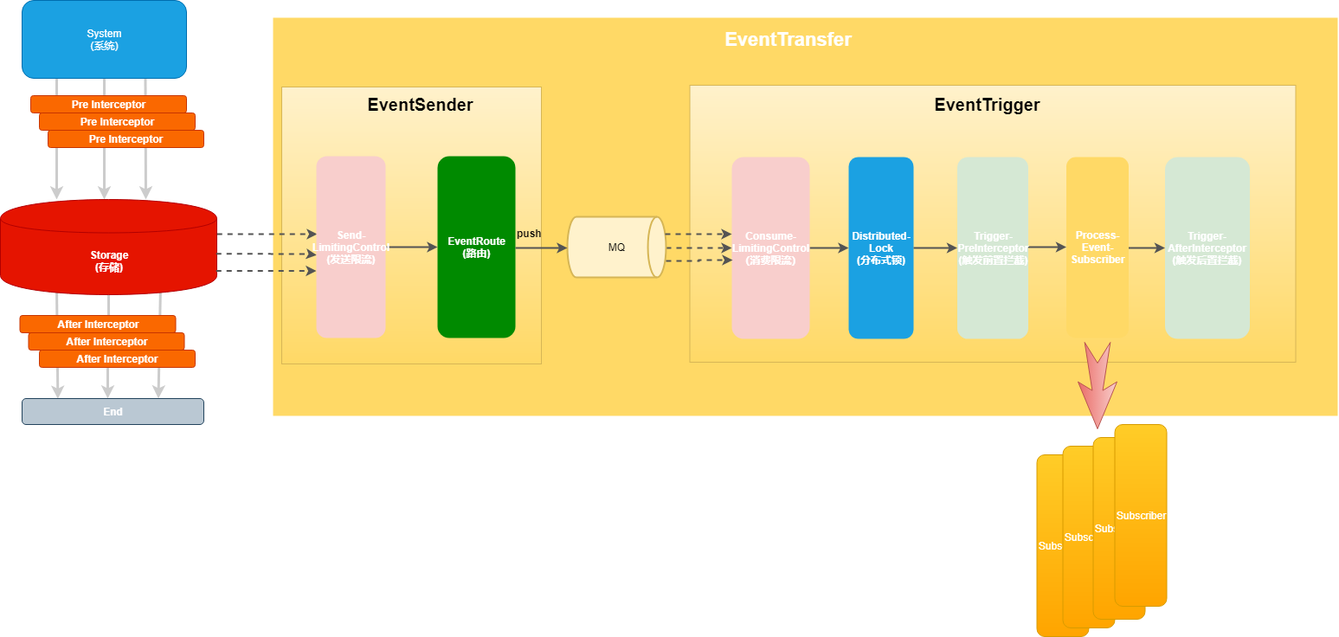
This is doc/image/EasyEvent.png from openquartz/easy-event, a draw.io export, as it was before one commit. Source tidied: cells renumbered, new cells last; positions are measured from the earlier drawing's top-left corner, leaving out a move shared by most shapes.
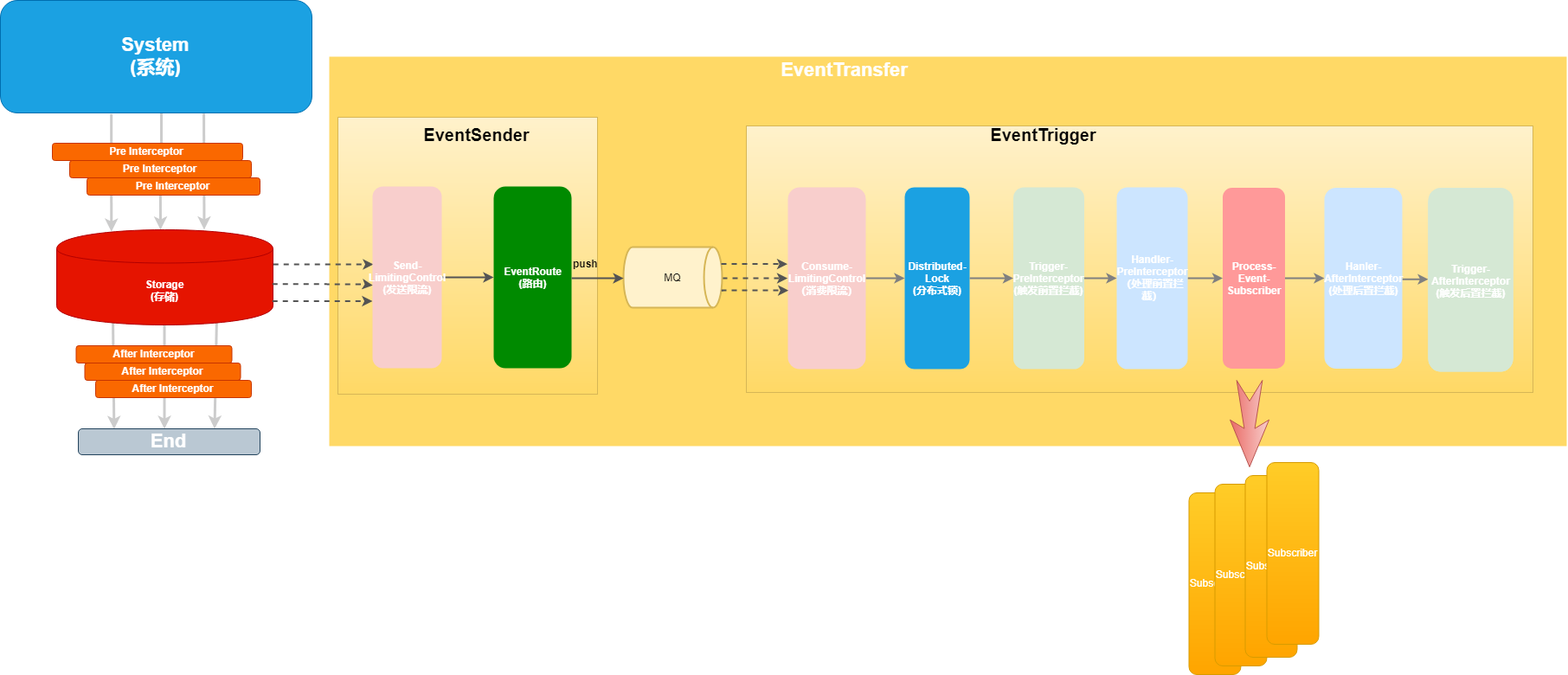
Later version of the same file.

The edit, as a diff of the source:
```diff
@@ -3,10 +3,10 @@
     <mxCell id="0" />
     <mxCell id="1" parent="0" />
     <mxCell id="2" style="rounded=0;whiteSpace=wrap;html=1;strokeWidth=2;fillColor=#FFD966;strokeColor=none;" parent="1" vertex="1">
-      <mxGeometry x="315" y="20" width="1230" height="460" as="geometry" />
+      <mxGeometry x="315" y="30" width="1430" height="450" as="geometry" />
     </mxCell>
     <mxCell id="3" style="rounded=0;whiteSpace=wrap;html=1;gradientColor=#ffd966;fillColor=#fff2cc;strokeColor=#d6b656;" parent="1" vertex="1">
-      <mxGeometry x="796.5" y="98" width="700" height="320" as="geometry" />
+      <mxGeometry x="797" y="110" width="909" height="308" as="geometry" />
     </mxCell>
     <mxCell id="4" style="rounded=0;whiteSpace=wrap;html=1;gradientColor=#ffd966;fillColor=#fff2cc;strokeColor=#d6b656;" parent="1" vertex="1">
       <mxGeometry x="325" y="100" width="300" height="320" as="geometry" />
@@ -21,33 +21,28 @@
         <mxPoint x="185" y="330" as="sourcePoint" />
       </mxGeometry>
     </mxCell>
-    <mxCell id="7" style="endArrow=classic;html=1;exitX=0.75;exitY=1;exitDx=0;exitDy=0;strokeWidth=3;strokeColor=#CCCCCC;" parent="1" edge="1" source="10">
-      <mxGeometry relative="1" as="geometry">
-        <mxPoint x="168" y="230" as="targetPoint" />
-      </mxGeometry>
+    <mxCell id="7" style="endArrow=classic;html=1;exitX=0.653;exitY=1.006;exitDx=0;exitDy=0;strokeWidth=3;strokeColor=#CCCCCC;exitPerimeter=0;entryX=0.682;entryY=-0.001;entryDx=0;entryDy=0;entryPerimeter=0;" parent="1" edge="1" source="10" target="15">
+      <mxGeometry relative="1" as="geometry" />
     </mxCell>
-    <mxCell id="8" style="endArrow=classic;html=1;strokeWidth=3;strokeColor=#CCCCCC;" parent="1" edge="1">
-      <mxGeometry relative="1" as="geometry">
-        <mxPoint x="65" y="90" as="sourcePoint" />
-        <mxPoint x="65" y="230" as="targetPoint" />
-      </mxGeometry>
+    <mxCell id="8" style="endArrow=classic;html=1;strokeWidth=3;strokeColor=#CCCCCC;exitX=0.356;exitY=1.009;exitDx=0;exitDy=0;exitPerimeter=0;entryX=0.253;entryY=0.021;entryDx=0;entryDy=0;entryPerimeter=0;" parent="1" edge="1" source="10" target="15">
+      <mxGeometry relative="1" as="geometry" />
     </mxCell>
-    <mxCell id="9" style="edgeStyle=orthogonalEdgeStyle;rounded=0;jettySize=auto;html=1;strokeWidth=3;strokeColor=#CCCCCC;" parent="1" edge="1" source="10">
+    <mxCell id="9" style="edgeStyle=orthogonalEdgeStyle;rounded=0;jettySize=auto;html=1;strokeWidth=3;strokeColor=#CCCCCC;exitX=0.516;exitY=0.996;exitDx=0;exitDy=0;exitPerimeter=0;" parent="1" edge="1" source="10">
       <mxGeometry relative="1" as="geometry">
         <mxPoint x="120" y="230" as="targetPoint" />
       </mxGeometry>
     </mxCell>
-    <mxCell id="10" value="System&lt;br&gt;(系统)" style="rounded=1;whiteSpace=wrap;html=1;fillColor=#1ba1e2;strokeColor=#006EAF;fontColor=#ffffff;" parent="1" vertex="1">
-      <mxGeometry x="25" width="190" height="90" as="geometry" />
+    <mxCell id="10" value="&lt;font style=&quot;font-size: 22px&quot;&gt;&lt;b&gt;System&lt;br&gt;(系统)&lt;/b&gt;&lt;/font&gt;" style="rounded=1;whiteSpace=wrap;html=1;fillColor=#1ba1e2;strokeColor=#006EAF;fontColor=#ffffff;" parent="1" vertex="1">
+      <mxGeometry x="-65" y="-35" width="360" height="130" as="geometry" />
     </mxCell>
     <mxCell id="11" value="&lt;b&gt;Pre Interceptor&lt;/b&gt;" style="rounded=1;whiteSpace=wrap;html=1;fillColor=#fa6800;strokeColor=#C73500;fontColor=#ffffff;" parent="1" vertex="1">
-      <mxGeometry x="35" y="110" width="180" height="20" as="geometry" />
+      <mxGeometry x="-5" y="130" width="220" height="20" as="geometry" />
     </mxCell>
     <mxCell id="12" value="&lt;b&gt;Pre Interceptor&lt;/b&gt;" style="rounded=1;whiteSpace=wrap;html=1;fillColor=#fa6800;strokeColor=#C73500;fontColor=#ffffff;" parent="1" vertex="1">
-      <mxGeometry x="45" y="130" width="180" height="20" as="geometry" />
+      <mxGeometry x="15" y="150" width="210" height="20" as="geometry" />
     </mxCell>
     <mxCell id="13" value="&lt;b&gt;Pre Interceptor&lt;/b&gt;" style="rounded=1;whiteSpace=wrap;html=1;fillColor=#fa6800;strokeColor=#C73500;fontColor=#ffffff;" parent="1" vertex="1">
-      <mxGeometry x="55" y="150" width="180" height="20" as="geometry" />
+      <mxGeometry x="35" y="170" width="200" height="20" as="geometry" />
     </mxCell>
     <mxCell id="14" style="edgeStyle=orthogonalEdgeStyle;rounded=0;jettySize=auto;html=1;entryX=0.473;entryY=-0.013;entryDx=0;entryDy=0;entryPerimeter=0;strokeWidth=3;strokeColor=#CCCCCC;" parent="1" edge="1" source="15" target="44">
       <mxGeometry relative="1" as="geometry" />
@@ -103,7 +98,7 @@
     <mxCell id="26" value="MQ" style="strokeWidth=2;html=1;shape=mxgraph.flowchart.direct_data;whiteSpace=wrap;fillColor=#fff2cc;strokeColor=#d6b656;" parent="1" vertex="1">
       <mxGeometry x="655" y="250" width="114" height="70" as="geometry" />
     </mxCell>
-    <mxCell id="27" style="edgeStyle=orthogonalEdgeStyle;rounded=0;jettySize=auto;html=1;strokeWidth=2;strokeColor=#545454;" parent="1" edge="1" source="28" target="29">
+    <mxCell id="27" style="edgeStyle=orthogonalEdgeStyle;rounded=0;jettySize=auto;html=1;strokeWidth=2;strokeColor=#808080;" parent="1" edge="1" source="28" target="29">
       <mxGeometry relative="1" as="geometry" />
     </mxCell>
     <mxCell id="28" value="&lt;b&gt;&lt;font color=&quot;#ffffff&quot;&gt;Consume-&lt;br&gt;LimitingControl&lt;br&gt;（消费限流）&lt;/font&gt;&lt;/b&gt;" style="rounded=1;whiteSpace=wrap;html=1;fillColor=#f8cecc;strokeColor=none;" parent="1" vertex="1">
@@ -112,31 +107,43 @@
     <mxCell id="29" value="&lt;b&gt;Distributed-&lt;br&gt;Lock&lt;br&gt;(分布式锁)&lt;/b&gt;" style="rounded=1;whiteSpace=wrap;html=1;fillColor=#1ba1e2;strokeColor=none;fontColor=#ffffff;" parent="1" vertex="1">
       <mxGeometry x="980" y="181" width="75" height="210" as="geometry" />
     </mxCell>
-    <mxCell id="30" style="edgeStyle=orthogonalEdgeStyle;rounded=0;jettySize=auto;html=1;exitX=1;exitY=0.5;exitDx=0;exitDy=0;strokeWidth=2;strokeColor=#545454;" parent="1" edge="1" source="29" target="32">
+    <mxCell id="30" style="edgeStyle=orthogonalEdgeStyle;rounded=0;jettySize=auto;html=1;exitX=1;exitY=0.5;exitDx=0;exitDy=0;strokeWidth=2;strokeColor=#808080;" parent="1" edge="1" source="29" target="32">
       <mxGeometry relative="1" as="geometry" />
     </mxCell>
-    <mxCell id="31" style="edgeStyle=orthogonalEdgeStyle;rounded=0;jettySize=auto;html=1;strokeWidth=2;strokeColor=#545454;" parent="1" edge="1" source="32" target="34">
-      <mxGeometry relative="1" as="geometry">
-        <Array as="points">
-          <mxPoint x="1209" y="285" />
-          <mxPoint x="1209" y="285" />
-        </Array>
-      </mxGeometry>
-    </mxCell>
+    <mxCell id="49" style="edgeStyle=orthogonalEdgeStyle;rounded=0;jettySize=auto;html=1;strokeWidth=2;strokeColor=#808080;" parent="1" edge="1" source="32" target="51">
+      <mxGeometry relative="1" as="geometry" />
+    </mxCell>
     <mxCell id="32" value="&lt;b&gt;&lt;font color=&quot;#ffffff&quot;&gt;Trigger-&lt;br&gt;PreInterceptor&lt;br&gt;(触发前置拦截)&lt;/font&gt;&lt;/b&gt;" style="rounded=1;whiteSpace=wrap;html=1;fillColor=#d5e8d4;strokeColor=none;" parent="1" vertex="1">
       <mxGeometry x="1105.5" y="181" width="82" height="210" as="geometry" />
     </mxCell>
-    <mxCell id="33" style="edgeStyle=orthogonalEdgeStyle;rounded=0;jettySize=auto;html=1;strokeWidth=2;strokeColor=#545454;" parent="1" edge="1" source="34" target="36">
-      <mxGeometry relative="1" as="geometry" />
-    </mxCell>
+    <mxCell id="50" style="edgeStyle=orthogonalEdgeStyle;rounded=0;jettySize=auto;html=1;strokeWidth=2;strokeColor=#808080;" parent="1" edge="1" source="51" target="34">
+      <mxGeometry relative="1" as="geometry" />
+    </mxCell>
+    <mxCell id="51" value="&lt;font color=&quot;#ffffff&quot;&gt;&lt;b&gt;Handler-&lt;br&gt;PreInterceptor&lt;br&gt;（处理前置拦截）&lt;br&gt;&lt;/b&gt;&lt;/font&gt;" style="rounded=1;whiteSpace=wrap;html=1;fillColor=#CCE5FF;strokeColor=none;" parent="1" vertex="1">
+      <mxGeometry x="1225" y="181" width="82" height="210" as="geometry" />
+    </mxCell>
+    <mxCell id="52" style="edgeStyle=orthogonalEdgeStyle;rounded=0;jettySize=auto;html=1;strokeColor=#808080;strokeWidth=2;" parent="1" edge="1" source="34" target="54">
+      <mxGeometry relative="1" as="geometry" />
+    </mxCell>
-    <mxCell id="34" value="&lt;b&gt;&lt;font color=&quot;#ffffff&quot;&gt;Process-Event-Subscriber&lt;/font&gt;&lt;/b&gt;" style="rounded=1;whiteSpace=wrap;html=1;fillColor=#FFD966;strokeColor=none;dashed=1;" parent="1" vertex="1">
-      <mxGeometry x="1231.5" y="181" width="72" height="209" as="geometry" />
+    <mxCell id="34" value="&lt;b&gt;&lt;font color=&quot;#ffffff&quot;&gt;Process-Event-Subscriber&lt;/font&gt;&lt;/b&gt;" style="rounded=1;whiteSpace=wrap;html=1;fillColor=#FF9999;strokeColor=none;dashed=1;" parent="1" vertex="1">
+      <mxGeometry x="1347.5" y="181.5" width="72" height="209" as="geometry" />
     </mxCell>
+    <mxCell id="53" style="edgeStyle=orthogonalEdgeStyle;rounded=0;jettySize=auto;html=1;strokeWidth=2;strokeColor=#808080;" parent="1" edge="1" source="54" target="36">
+      <mxGeometry relative="1" as="geometry">
+        <Array as="points">
+          <mxPoint x="1575" y="287" />
+          <mxPoint x="1575" y="287" />
+        </Array>
+      </mxGeometry>
+    </mxCell>
+    <mxCell id="54" value="&lt;font color=&quot;#ffffff&quot;&gt;&lt;b&gt;Hanler-&lt;br&gt;&lt;/b&gt;&lt;/font&gt;&lt;b&gt;&lt;font color=&quot;#ffffff&quot;&gt;AfterInterceptor&lt;br&gt;(处理后置拦截)&lt;/font&gt;&lt;/b&gt;" style="rounded=1;whiteSpace=wrap;html=1;fillColor=#CCE5FF;strokeColor=none;dashed=1;" parent="1" vertex="1">
+      <mxGeometry x="1465" y="181.5" width="90" height="209" as="geometry" />
+    </mxCell>
     <mxCell id="35" value="&lt;font color=&quot;#ffffff&quot;&gt;Subscriber&lt;/font&gt;" style="rounded=1;whiteSpace=wrap;html=1;gradientColor=#ffa500;fillColor=#ffcd28;strokeColor=#d79b00;" parent="1" vertex="1">
-      <mxGeometry x="1197.5" y="525" width="60" height="210" as="geometry" />
+      <mxGeometry x="1308.5" y="534" width="60" height="210" as="geometry" />
     </mxCell>
     <mxCell id="36" value="&lt;b&gt;&lt;font color=&quot;#ffffff&quot;&gt;Trigger-&lt;br&gt;AfterInterceptor&lt;br&gt;(触发后置拦截)&lt;/font&gt;&lt;/b&gt;" style="rounded=1;whiteSpace=wrap;html=1;fillColor=#d5e8d4;strokeColor=none;strokeWidth=1;dashed=1;" parent="1" vertex="1">
-      <mxGeometry x="1345.5" y="181" width="98" height="210" as="geometry" />
+      <mxGeometry x="1585" y="181.5" width="98" height="210" as="geometry" />
     </mxCell>
     <mxCell id="37" value="&lt;b&gt;push&lt;/b&gt;" style="text;html=1;align=left;verticalAlign=top;spacingTop=-4;" parent="1" vertex="1">
       <mxGeometry x="595" y="260" width="40" height="20" as="geometry" />
@@ -148,18 +155,18 @@
       <mxGeometry x="1120" y="110" width="40" height="20" as="geometry" />
     </mxCell>
     <mxCell id="40" value="&lt;font color=&quot;#ffffff&quot;&gt;Subscriber&lt;/font&gt;" style="rounded=1;whiteSpace=wrap;html=1;gradientColor=#ffa500;fillColor=#ffcd28;strokeColor=#d79b00;" parent="1" vertex="1">
-      <mxGeometry x="1227.5" y="515" width="60" height="210" as="geometry" />
+      <mxGeometry x="1338.5" y="524" width="60" height="210" as="geometry" />
     </mxCell>
     <mxCell id="41" value="&lt;font color=&quot;#ffffff&quot;&gt;Subscriber&lt;/font&gt;" style="rounded=1;whiteSpace=wrap;html=1;gradientColor=#ffa500;fillColor=#ffcd28;strokeColor=#d79b00;" parent="1" vertex="1">
-      <mxGeometry x="1262.5" y="505" width="60" height="210" as="geometry" />
+      <mxGeometry x="1373.5" y="514" width="60" height="210" as="geometry" />
     </mxCell>
     <mxCell id="42" value="&lt;font color=&quot;#ffffff&quot;&gt;Subscriber&lt;/font&gt;" style="rounded=1;whiteSpace=wrap;html=1;gradientColor=#ffa500;fillColor=#ffcd28;strokeColor=#d79b00;" parent="1" vertex="1">
-      <mxGeometry x="1287.5" y="490" width="60" height="210" as="geometry" />
+      <mxGeometry x="1398.5" y="499" width="60" height="210" as="geometry" />
     </mxCell>
     <mxCell id="43" style="html=1;shadow=0;dashed=0;align=center;verticalAlign=middle;shape=mxgraph.arrows2.stylisedArrow;dy=0.73;dx=44.33;notch=24;feather=0.34;direction=south;gradientColor=#ea6b66;fillColor=#f8cecc;strokeColor=#b85450;" parent="1" vertex="1">
-      <mxGeometry x="1245" y="395" width="45" height="100" as="geometry" />
+      <mxGeometry x="1356" y="404" width="45" height="100" as="geometry" />
     </mxCell>
-    <mxCell id="44" value="&lt;font color=&quot;#ffffff&quot;&gt;&lt;b&gt;End&lt;/b&gt;&lt;/font&gt;" style="rounded=1;whiteSpace=wrap;html=1;fillColor=#bac8d3;strokeColor=#23445d;" parent="1" vertex="1">
+    <mxCell id="44" value="&lt;font color=&quot;#ffffff&quot; size=&quot;1&quot;&gt;&lt;b style=&quot;font-size: 22px&quot;&gt;End&lt;/b&gt;&lt;/font&gt;" style="rounded=1;whiteSpace=wrap;html=1;fillColor=#bac8d3;strokeColor=#23445d;" parent="1" vertex="1">
       <mxGeometry x="25" y="460" width="210" height="30" as="geometry" />
     </mxCell>
     <mxCell id="45" style="edgeStyle=orthogonalEdgeStyle;rounded=0;orthogonalLoop=1;jettySize=auto;html=1;dashed=1;strokeWidth=2;strokeColor=#545454;" parent="1" edge="1">
@@ -191,5 +198,11 @@
     <mxCell id="48" value="&lt;b&gt;&lt;font style=&quot;font-size: 22px&quot; color=&quot;#ffffff&quot;&gt;EventTransfer&lt;/font&gt;&lt;/b&gt;" style="text;html=1;strokeColor=none;fillColor=none;align=center;verticalAlign=middle;whiteSpace=wrap;rounded=0;" parent="1" vertex="1">
       <mxGeometry x="890" y="35" width="40" height="20" as="geometry" />
     </mxCell>
+    <mxCell id="55" value="&lt;b&gt;&lt;font color=&quot;#ffffff&quot;&gt;Trigger-&lt;br&gt;AfterInterceptor&lt;br&gt;(触发后置拦截)&lt;/font&gt;&lt;/b&gt;" style="rounded=1;whiteSpace=wrap;html=1;fillColor=#d5e8d4;strokeColor=none;strokeWidth=1;dashed=1;" parent="1" vertex="1">
+      <mxGeometry x="1585" y="184" width="98" height="210" as="geometry" />
+    </mxCell>
+    <mxCell id="56" value="&lt;b&gt;&lt;font color=&quot;#ffffff&quot;&gt;Trigger-&lt;br&gt;AfterInterceptor&lt;br&gt;(触发后置拦截)&lt;/font&gt;&lt;/b&gt;" style="rounded=1;whiteSpace=wrap;html=1;fillColor=#d5e8d4;strokeColor=none;strokeWidth=1;dashed=1;" parent="1" vertex="1">
+      <mxGeometry x="1585" y="184" width="98" height="210" as="geometry" />
+    </mxCell>
   </root>
 </mxGraphModel>
```
